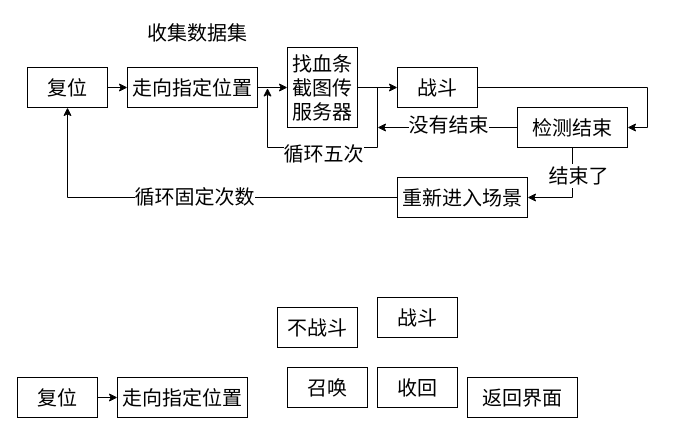
This is 状态机.drawio from lanendiencgr2002/eggkid_mob_spawner, a draw.io file, before an edit. Source tidied: cells renumbered, new cells numbered last; positions are measured from the earlier drawing's top-left corner, leaving out a move shared by most shapes. Both pictures are drawn from the tidied source at 100%, with x=0, y=0 at pixel (17, 17).
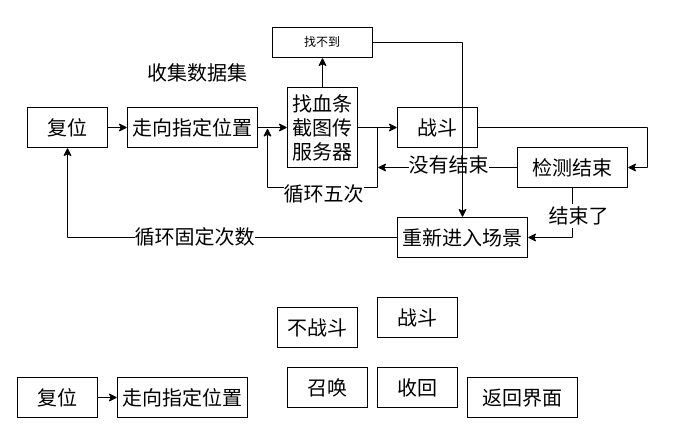
After the change.

Commit message (it also covers changes not shown here):
更新状态机.drawio

What changed in the source:
```diff
@@
     <mxCell id="9" value="&lt;font style=&quot;font-size: 20px;&quot;&gt;收集数据集&lt;/font&gt;" style="text;html=1;align=center;verticalAlign=middle;whiteSpace=wrap;rounded=0;" parent="1" vertex="1">
-      <mxGeometry x="80" width="200" height="30" as="geometry" />
+      <mxGeometry x="80" y="40" width="200" height="30" as="geometry" />
     </mxCell>
@@
     <mxCell id="11" value="&lt;font style=&quot;font-size: 20px;&quot;&gt;复位&lt;/font&gt;" style="rounded=0;whiteSpace=wrap;html=1;" parent="1" vertex="1">
-      <mxGeometry x="10" y="50" width="80" height="40" as="geometry" />
+      <mxGeometry x="10" y="90" width="80" height="40" as="geometry" />
     </mxCell>
@@
     <mxCell id="13" value="&lt;font style=&quot;font-size: 20px;&quot;&gt;走向指定位置&lt;/font&gt;" style="rounded=0;whiteSpace=wrap;html=1;" parent="1" vertex="1">
-      <mxGeometry x="110" y="50" width="130" height="40" as="geometry" />
+      <mxGeometry x="110" y="90" width="130" height="40" as="geometry" />
     </mxCell>
     <mxCell id="14" style="edgeStyle=orthogonalEdgeStyle;rounded=0;jettySize=auto;html=1;exitX=1;exitY=0.5;exitDx=0;exitDy=0;" parent="1" edge="1" source="17">
       <mxGeometry relative="1" as="geometry">
-        <mxPoint x="250" y="70" as="targetPoint" />
+        <mxPoint x="250" y="110" as="targetPoint" />
       </mxGeometry>
     </mxCell>
@@
+    <mxCell id="29" style="edgeStyle=orthogonalEdgeStyle;rounded=0;jettySize=auto;html=1;" parent="1" edge="1" source="17" target="31">
+      <mxGeometry relative="1" as="geometry" />
+    </mxCell>
     <mxCell id="17" value="&lt;font style=&quot;font-size: 20px;&quot;&gt;找血条截图传服务器&lt;/font&gt;" style="rounded=0;whiteSpace=wrap;html=1;" parent="1" vertex="1">
-      <mxGeometry x="270" y="30" width="70" height="80" as="geometry" />
+      <mxGeometry x="270" y="70" width="70" height="80" as="geometry" />
     </mxCell>
@@
     <mxCell id="20" value="&lt;span style=&quot;font-size: 20px;&quot;&gt;战斗&lt;/span&gt;" style="rounded=0;whiteSpace=wrap;html=1;" parent="1" vertex="1">
-      <mxGeometry x="380" y="50" width="80" height="40" as="geometry" />
+      <mxGeometry x="380" y="90" width="80" height="40" as="geometry" />
     </mxCell>
     <mxCell id="21" style="edgeStyle=orthogonalEdgeStyle;rounded=0;jettySize=auto;html=1;exitX=0;exitY=0.5;exitDx=0;exitDy=0;" parent="1" edge="1" source="25">
       <mxGeometry relative="1" as="geometry">
-        <mxPoint x="360" y="110" as="targetPoint" />
+        <mxPoint x="360" y="150" as="targetPoint" />
       </mxGeometry>
     </mxCell>
@@
     <mxCell id="25" value="&lt;span style=&quot;font-size: 20px;&quot;&gt;检测结束&lt;/span&gt;" style="rounded=0;whiteSpace=wrap;html=1;" parent="1" vertex="1">
-      <mxGeometry x="500" y="90" width="110" height="40" as="geometry" />
+      <mxGeometry x="500" y="130" width="110" height="40" as="geometry" />
     </mxCell>
@@
     <mxCell id="28" value="&lt;font style=&quot;font-size: 20px;&quot;&gt;重新进入场景&lt;/font&gt;" style="rounded=0;whiteSpace=wrap;html=1;" parent="1" vertex="1">
-      <mxGeometry x="380" y="160" width="130" height="40" as="geometry" />
+      <mxGeometry x="380" y="200" width="130" height="40" as="geometry" />
     </mxCell>
+    <mxCell id="30" style="edgeStyle=orthogonalEdgeStyle;rounded=0;jettySize=auto;html=1;" parent="1" edge="1" source="31" target="28">
+      <mxGeometry relative="1" as="geometry" />
+    </mxCell>
+    <mxCell id="31" value="找不到" style="whiteSpace=wrap;html=1;rounded=0;" parent="1" vertex="1">
+      <mxGeometry x="255" y="10" width="100" height="30" as="geometry" />
+    </mxCell>
```
